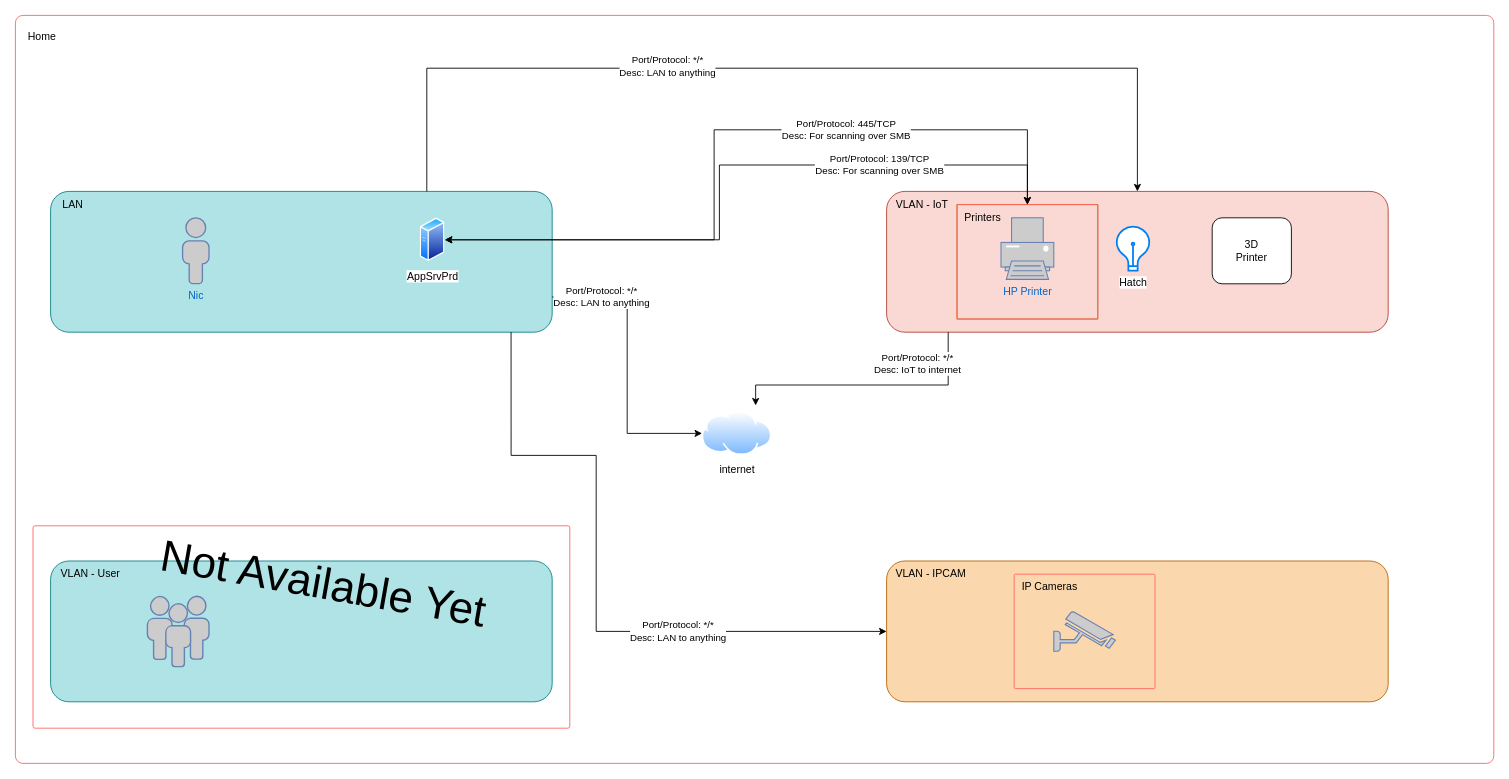
This is page "Firewall" (1 of 2) of Home.drawio from pypeaday/homelab-diagrams, a draw.io file, before an edit. Source tidied: cells renumbered, new cells numbered last; positions are measured from the earlier drawing's top-left corner, leaving out a move shared by most shapes. Both pictures are drawn from the tidied source at 88%, with x=0, y=0 at pixel (15, 15). Pictures stored in the file or linked from it are replaced by grey dashed boxes.
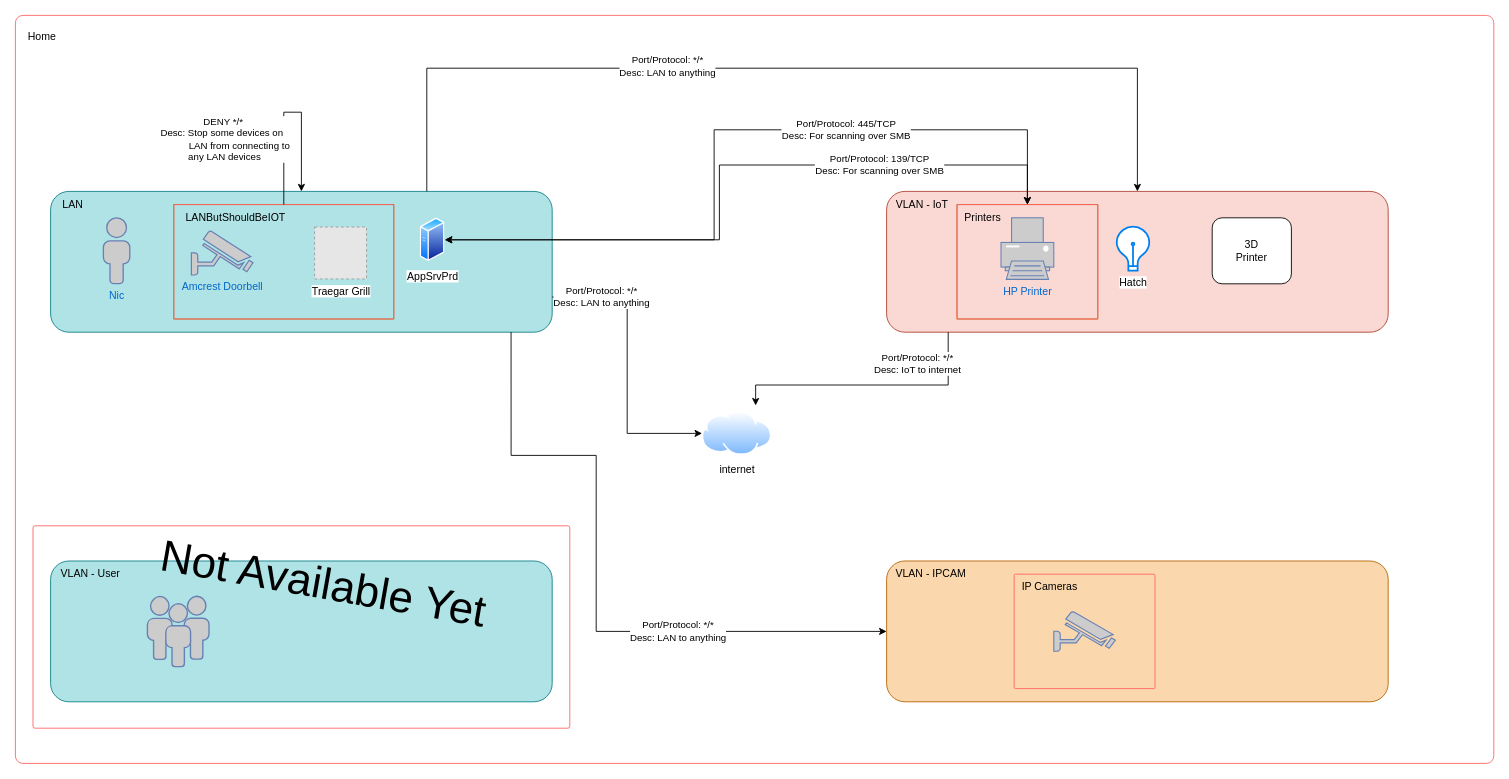
The same diagram, later.

The change refers to these unchanged cells:
```xml
<mxCell id="24" style="group;" parent="1" vertex="1">
  <mxGeometry x="40" y="200" width="570" height="160" as="geometry" />
</mxCell>
<mxCell id="25" style="rounded=1;whiteSpace=wrap;html=1;fillColor=#b0e3e6;strokeColor=#0e8088;arcSize=13;" parent="24" vertex="1">
  <mxGeometry width="570" height="160" as="geometry" />
</mxCell>
```

The edit, as a diff of the source:
```diff
@@
     <mxCell id="28" value="Nic" style="fontColor=#0066CC;verticalAlign=top;verticalLabelPosition=bottom;labelPosition=center;align=center;html=1;fillColor=#CCCCCC;strokeColor=#6881B3;gradientColor=none;gradientDirection=north;strokeWidth=2;shape=mxgraph.networks.user_male;" parent="24" vertex="1">
-      <mxGeometry x="150" y="30" width="30" height="74.8" as="geometry" />
+      <mxGeometry x="60" y="30" width="30" height="74.8" as="geometry" />
     </mxCell>
+    <mxCell id="45" style="group;fillColor=none;strokeColor=#b46504;" parent="24" vertex="1">
+      <mxGeometry x="140" y="15" width="250" height="130" as="geometry" />
+    </mxCell>
+    <mxCell id="46" style="rounded=1;whiteSpace=wrap;html=1;fillColor=none;arcSize=1;strokeColor=#FF6666;" parent="45" vertex="1">
+      <mxGeometry width="250" height="130" as="geometry" />
+    </mxCell>
+    <mxCell id="47" value="LANButShouldBeIOT" style="text;html=1;align=center;verticalAlign=middle;strokeColor=none;fillColor=none;" parent="45" vertex="1">
+      <mxGeometry width="140" height="30" as="geometry" />
+    </mxCell>
+    <mxCell id="48" value="Amcrest Doorbell" style="fontColor=#0066CC;verticalAlign=top;verticalLabelPosition=bottom;labelPosition=center;align=center;html=1;fillColor=#CCCCCC;strokeColor=#6881B3;gradientColor=none;gradientDirection=north;strokeWidth=2;shape=mxgraph.networks.security_camera;" parent="45" vertex="1">
+      <mxGeometry x="20" y="30" width="70" height="50" as="geometry" />
+    </mxCell>
+    <mxCell id="49" value="Traegar Grill" style="fillColor=#E6E6E6;strokeColor=#999999;dashed=1;html=1;verticalAlign=top;verticalLabelPosition=bottom;labelBackgroundColor=#ffffff;" parent="45" vertex="1">
+      <mxGeometry x="160" y="25.5" width="59" height="59" as="geometry" />
+    </mxCell>
+    <mxCell id="50" style="edgeStyle=orthogonalEdgeStyle;rounded=0;jettySize=auto;html=1;entryX=0.5;entryY=0;entryDx=0;entryDy=0;" parent="24" edge="1" source="46" target="25">
+      <mxGeometry relative="1" as="geometry">
+        <Array as="points">
+          <mxPoint x="265" y="-90" />
+          <mxPoint x="285" y="-90" />
+        </Array>
+      </mxGeometry>
+    </mxCell>
+    <mxCell id="51" value="&lt;div&gt;DENY */*&lt;/div&gt;&lt;div&gt;Desc: Stop some devices on&amp;nbsp;&lt;/div&gt;&lt;div&gt;&amp;nbsp;&amp;nbsp;&amp;nbsp;&amp;nbsp;&amp;nbsp;&amp;nbsp;&amp;nbsp;&amp;nbsp;&amp;nbsp;&amp;nbsp;&amp;nbsp;&amp;nbsp; LAN from connecting to&amp;nbsp;&lt;/div&gt;&lt;div&gt;&amp;nbsp;any LAN devices&lt;br&gt;&lt;/div&gt;" style="edgeLabel;html=1;align=center;verticalAlign=middle;" parent="50" vertex="1">
+      <mxGeometry x="0.03" y="1" relative="1" as="geometry">
+        <mxPoint x="-76" y="31" as="offset" />
+      </mxGeometry>
+    </mxCell>
```
